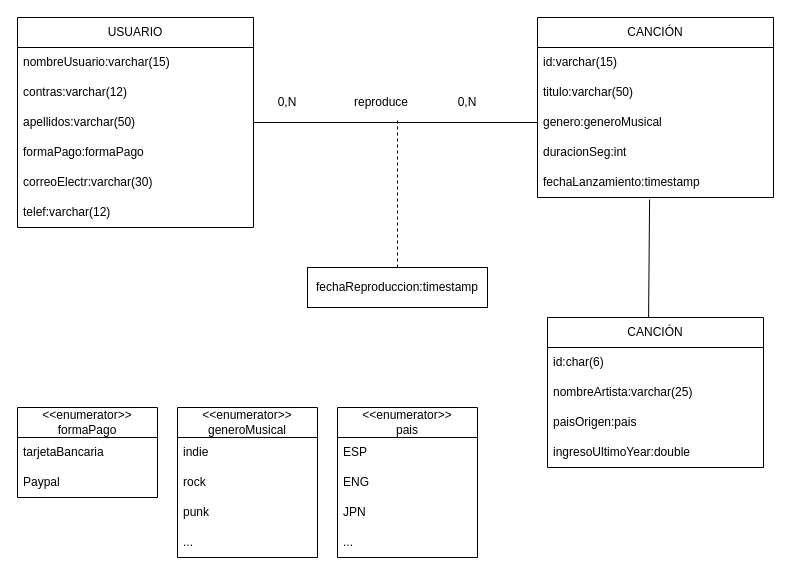
Before: test.drawio in NyanCat6886/BasesDeDatosETSITGC, a draw.io diagram. Source tidied: cells renumbered, new cells numbered last; positions are measured from the earlier drawing's top-left corner, leaving out a move shared by most shapes. Both pictures are drawn from the tidied source at 100%, with x=0, y=0 at pixel (17, 17).
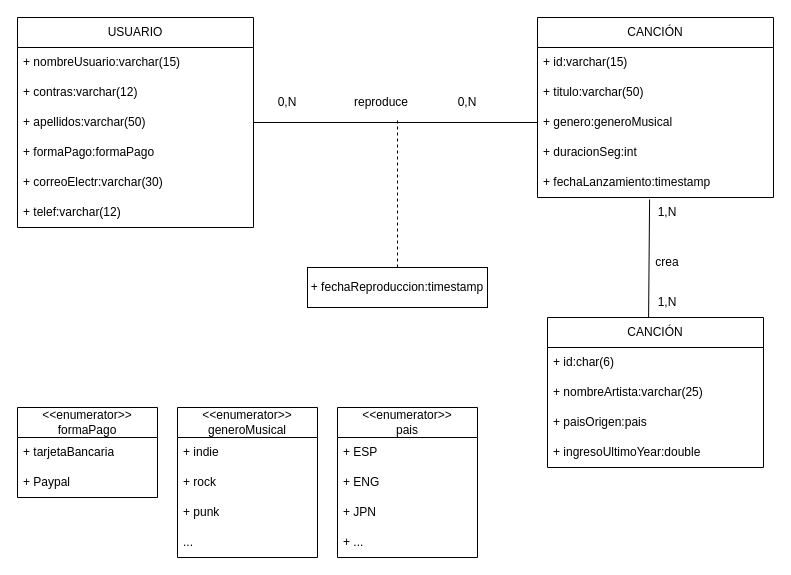
After the change.

The change refers to these unchanged cells:
```xml
<mxCell id="2" value="USUARIO" style="swimlane;fontStyle=0;horizontal=1;startSize=30;whiteSpace=wrap;html=1;" parent="1" vertex="1">
  <mxGeometry width="236" height="210" as="geometry" />
</mxCell>
<mxCell id="9" value="&lt;div&gt;&amp;lt;&amp;lt;enumerator&amp;gt;&amp;gt;&lt;/div&gt;&lt;div&gt;formaPago&lt;br&gt;&lt;/div&gt;" style="swimlane;fontStyle=0;horizontal=1;startSize=30;whiteSpace=wrap;html=1;" parent="1" vertex="1">
  <mxGeometry y="390" width="140" height="90" as="geometry" />
</mxCell>
<mxCell id="16" value="CANCIÓN" style="swimlane;fontStyle=0;horizontal=1;startSize=30;whiteSpace=wrap;html=1;" parent="1" vertex="1">
  <mxGeometry x="520" width="236" height="180" as="geometry" />
</mxCell>
<mxCell id="22" value="&lt;div&gt;&amp;lt;&amp;lt;enumerator&amp;gt;&amp;gt;&lt;/div&gt;&lt;div&gt;generoMusical&lt;br&gt;&lt;/div&gt;" style="swimlane;fontStyle=0;horizontal=1;startSize=30;whiteSpace=wrap;html=1;" parent="1" vertex="1">
  <mxGeometry x="160" y="390" width="140" height="150" as="geometry" />
</mxCell>
<mxCell id="27" value="&lt;div&gt;&amp;lt;&amp;lt;enumerator&amp;gt;&amp;gt;&lt;/div&gt;&lt;div&gt;pais&lt;br&gt;&lt;/div&gt;" style="swimlane;fontStyle=0;horizontal=1;startSize=30;whiteSpace=wrap;html=1;" parent="1" vertex="1">
  <mxGeometry x="320" y="390" width="140" height="150" as="geometry" />
</mxCell>
<mxCell id="32" value="CANCIÓN" style="swimlane;fontStyle=0;horizontal=1;startSize=30;whiteSpace=wrap;html=1;" parent="1" vertex="1">
  <mxGeometry x="530" y="300" width="216" height="150" as="geometry" />
</mxCell>
```

What changed in the source:
```diff
@@
-    <mxCell id="3" value="nombreUsuario:varchar(15)" style="text;strokeColor=none;fillColor=none;align=left;verticalAlign=middle;spacingLeft=4;spacingRight=4;overflow=hidden;whiteSpace=wrap;html=1;" parent="2" vertex="1">
+    <mxCell id="3" value="+ nombreUsuario:varchar(15)" style="text;strokeColor=none;fillColor=none;align=left;verticalAlign=middle;spacingLeft=4;spacingRight=4;overflow=hidden;whiteSpace=wrap;html=1;" parent="2" vertex="1">
       <mxGeometry y="30" width="236" height="30" as="geometry" />
     </mxCell>
-    <mxCell id="4" value="contras:varchar(12)" style="text;strokeColor=none;fillColor=none;align=left;verticalAlign=middle;spacingLeft=4;spacingRight=4;overflow=hidden;whiteSpace=wrap;html=1;" parent="2" vertex="1">
+    <mxCell id="4" value="+ contras:varchar(12)" style="text;strokeColor=none;fillColor=none;align=left;verticalAlign=middle;spacingLeft=4;spacingRight=4;overflow=hidden;whiteSpace=wrap;html=1;" parent="2" vertex="1">
       <mxGeometry y="60" width="236" height="30" as="geometry" />
     </mxCell>
-    <mxCell id="5" value="apellidos:varchar(50)" style="text;strokeColor=none;fillColor=none;align=left;verticalAlign=middle;spacingLeft=4;spacingRight=4;overflow=hidden;whiteSpace=wrap;html=1;" parent="2" vertex="1">
+    <mxCell id="5" value="+ apellidos:varchar(50)" style="text;strokeColor=none;fillColor=none;align=left;verticalAlign=middle;spacingLeft=4;spacingRight=4;overflow=hidden;whiteSpace=wrap;html=1;" parent="2" vertex="1">
       <mxGeometry y="90" width="236" height="30" as="geometry" />
     </mxCell>
-    <mxCell id="6" value="formaPago:formaPago" style="text;strokeColor=none;fillColor=none;align=left;verticalAlign=middle;spacingLeft=4;spacingRight=4;overflow=hidden;whiteSpace=wrap;html=1;" parent="2" vertex="1">
+    <mxCell id="6" value="+ formaPago:formaPago" style="text;strokeColor=none;fillColor=none;align=left;verticalAlign=middle;spacingLeft=4;spacingRight=4;overflow=hidden;whiteSpace=wrap;html=1;" parent="2" vertex="1">
       <mxGeometry y="120" width="236" height="30" as="geometry" />
     </mxCell>
-    <mxCell id="7" value="correoElectr:varchar(30)" style="text;strokeColor=none;fillColor=none;align=left;verticalAlign=middle;spacingLeft=4;spacingRight=4;overflow=hidden;whiteSpace=wrap;html=1;" parent="2" vertex="1">
+    <mxCell id="7" value="+ correoElectr:varchar(30)" style="text;strokeColor=none;fillColor=none;align=left;verticalAlign=middle;spacingLeft=4;spacingRight=4;overflow=hidden;whiteSpace=wrap;html=1;" parent="2" vertex="1">
       <mxGeometry y="150" width="236" height="30" as="geometry" />
     </mxCell>
-    <mxCell id="8" value="telef:varchar(12)" style="text;strokeColor=none;fillColor=none;align=left;verticalAlign=middle;spacingLeft=4;spacingRight=4;overflow=hidden;whiteSpace=wrap;html=1;" parent="2" vertex="1">
+    <mxCell id="8" value="+ telef:varchar(12)" style="text;strokeColor=none;fillColor=none;align=left;verticalAlign=middle;spacingLeft=4;spacingRight=4;overflow=hidden;whiteSpace=wrap;html=1;" parent="2" vertex="1">
       <mxGeometry y="180" width="236" height="30" as="geometry" />
     </mxCell>
@@
-    <mxCell id="10" value="tarjetaBancaria" style="text;strokeColor=none;fillColor=none;align=left;verticalAlign=middle;spacingLeft=4;spacingRight=4;overflow=hidden;whiteSpace=wrap;html=1;" parent="9" vertex="1">
+    <mxCell id="10" value="+ tarjetaBancaria" style="text;strokeColor=none;fillColor=none;align=left;verticalAlign=middle;spacingLeft=4;spacingRight=4;overflow=hidden;whiteSpace=wrap;html=1;" parent="9" vertex="1">
       <mxGeometry y="30" width="140" height="30" as="geometry" />
     </mxCell>
-    <mxCell id="11" value="Paypal" style="text;strokeColor=none;fillColor=none;align=left;verticalAlign=middle;spacingLeft=4;spacingRight=4;overflow=hidden;whiteSpace=wrap;html=1;" parent="9" vertex="1">
+    <mxCell id="11" value="+ Paypal" style="text;strokeColor=none;fillColor=none;align=left;verticalAlign=middle;spacingLeft=4;spacingRight=4;overflow=hidden;whiteSpace=wrap;html=1;" parent="9" vertex="1">
       <mxGeometry y="60" width="140" height="30" as="geometry" />
     </mxCell>
@@
-    <mxCell id="17" value="id:varchar(15)" style="text;strokeColor=none;fillColor=none;align=left;verticalAlign=middle;spacingLeft=4;spacingRight=4;overflow=hidden;whiteSpace=wrap;html=1;" parent="16" vertex="1">
+    <mxCell id="17" value="+ id:varchar(15)" style="text;strokeColor=none;fillColor=none;align=left;verticalAlign=middle;spacingLeft=4;spacingRight=4;overflow=hidden;whiteSpace=wrap;html=1;" parent="16" vertex="1">
       <mxGeometry y="30" width="236" height="30" as="geometry" />
     </mxCell>
-    <mxCell id="18" value="titulo:varchar(50)" style="text;strokeColor=none;fillColor=none;align=left;verticalAlign=middle;spacingLeft=4;spacingRight=4;overflow=hidden;whiteSpace=wrap;html=1;" parent="16" vertex="1">
+    <mxCell id="18" value="+ titulo:varchar(50)" style="text;strokeColor=none;fillColor=none;align=left;verticalAlign=middle;spacingLeft=4;spacingRight=4;overflow=hidden;whiteSpace=wrap;html=1;" parent="16" vertex="1">
       <mxGeometry y="60" width="236" height="30" as="geometry" />
     </mxCell>
-    <mxCell id="19" value="genero:generoMusical" style="text;strokeColor=none;fillColor=none;align=left;verticalAlign=middle;spacingLeft=4;spacingRight=4;overflow=hidden;points=[[0,0.5],[1,0.5]];portConstraint=eastwest;whiteSpace=wrap;html=1;" parent="16" vertex="1">
+    <mxCell id="19" value="+ genero:generoMusical" style="text;strokeColor=none;fillColor=none;align=left;verticalAlign=middle;spacingLeft=4;spacingRight=4;overflow=hidden;points=[[0,0.5],[1,0.5]];portConstraint=eastwest;whiteSpace=wrap;html=1;" parent="16" vertex="1">
       <mxGeometry y="90" width="236" height="30" as="geometry" />
     </mxCell>
-    <mxCell id="20" value="duracionSeg:int" style="text;strokeColor=none;fillColor=none;align=left;verticalAlign=middle;spacingLeft=4;spacingRight=4;overflow=hidden;whiteSpace=wrap;html=1;" parent="16" vertex="1">
+    <mxCell id="20" value="+ duracionSeg:int" style="text;strokeColor=none;fillColor=none;align=left;verticalAlign=middle;spacingLeft=4;spacingRight=4;overflow=hidden;whiteSpace=wrap;html=1;" parent="16" vertex="1">
       <mxGeometry y="120" width="236" height="30" as="geometry" />
     </mxCell>
-    <mxCell id="21" value="fechaLanzamiento:timestamp" style="text;strokeColor=none;fillColor=none;align=left;verticalAlign=middle;spacingLeft=4;spacingRight=4;overflow=hidden;points=[[0,0.5],[1,0.5]];portConstraint=eastwest;whiteSpace=wrap;html=1;" parent="16" vertex="1">
+    <mxCell id="21" value="+ fechaLanzamiento:timestamp" style="text;strokeColor=none;fillColor=none;align=left;verticalAlign=middle;spacingLeft=4;spacingRight=4;overflow=hidden;points=[[0,0.5],[1,0.5]];portConstraint=eastwest;whiteSpace=wrap;html=1;" parent="16" vertex="1">
       <mxGeometry y="150" width="236" height="30" as="geometry" />
     </mxCell>
@@
-    <mxCell id="23" value="indie" style="text;strokeColor=none;fillColor=none;align=left;verticalAlign=middle;spacingLeft=4;spacingRight=4;overflow=hidden;whiteSpace=wrap;html=1;" parent="22" vertex="1">
+    <mxCell id="23" value="+ indie" style="text;strokeColor=none;fillColor=none;align=left;verticalAlign=middle;spacingLeft=4;spacingRight=4;overflow=hidden;whiteSpace=wrap;html=1;" parent="22" vertex="1">
       <mxGeometry y="30" width="140" height="30" as="geometry" />
     </mxCell>
-    <mxCell id="24" value="rock" style="text;strokeColor=none;fillColor=none;align=left;verticalAlign=middle;spacingLeft=4;spacingRight=4;overflow=hidden;whiteSpace=wrap;html=1;" parent="22" vertex="1">
+    <mxCell id="24" value="+ rock" style="text;strokeColor=none;fillColor=none;align=left;verticalAlign=middle;spacingLeft=4;spacingRight=4;overflow=hidden;whiteSpace=wrap;html=1;" parent="22" vertex="1">
       <mxGeometry y="60" width="140" height="30" as="geometry" />
     </mxCell>
-    <mxCell id="25" value="punk" style="text;strokeColor=none;fillColor=none;align=left;verticalAlign=middle;spacingLeft=4;spacingRight=4;overflow=hidden;whiteSpace=wrap;html=1;" parent="22" vertex="1">
+    <mxCell id="25" value="+ punk" style="text;strokeColor=none;fillColor=none;align=left;verticalAlign=middle;spacingLeft=4;spacingRight=4;overflow=hidden;whiteSpace=wrap;html=1;" parent="22" vertex="1">
       <mxGeometry y="90" width="140" height="30" as="geometry" />
     </mxCell>
@@
-    <mxCell id="28" value="ESP" style="text;strokeColor=none;fillColor=none;align=left;verticalAlign=middle;spacingLeft=4;spacingRight=4;overflow=hidden;whiteSpace=wrap;html=1;" parent="27" vertex="1">
+    <mxCell id="28" value="+ ESP" style="text;strokeColor=none;fillColor=none;align=left;verticalAlign=middle;spacingLeft=4;spacingRight=4;overflow=hidden;whiteSpace=wrap;html=1;" parent="27" vertex="1">
       <mxGeometry y="30" width="140" height="30" as="geometry" />
     </mxCell>
-    <mxCell id="29" value="ENG" style="text;strokeColor=none;fillColor=none;align=left;verticalAlign=middle;spacingLeft=4;spacingRight=4;overflow=hidden;whiteSpace=wrap;html=1;" parent="27" vertex="1">
+    <mxCell id="29" value="+ ENG" style="text;strokeColor=none;fillColor=none;align=left;verticalAlign=middle;spacingLeft=4;spacingRight=4;overflow=hidden;whiteSpace=wrap;html=1;" parent="27" vertex="1">
       <mxGeometry y="60" width="140" height="30" as="geometry" />
     </mxCell>
-    <mxCell id="30" value="JPN" style="text;strokeColor=none;fillColor=none;align=left;verticalAlign=middle;spacingLeft=4;spacingRight=4;overflow=hidden;whiteSpace=wrap;html=1;" parent="27" vertex="1">
+    <mxCell id="30" value="+ JPN" style="text;strokeColor=none;fillColor=none;align=left;verticalAlign=middle;spacingLeft=4;spacingRight=4;overflow=hidden;whiteSpace=wrap;html=1;" parent="27" vertex="1">
       <mxGeometry y="90" width="140" height="30" as="geometry" />
     </mxCell>
-    <mxCell id="31" value="..." style="text;strokeColor=none;fillColor=none;align=left;verticalAlign=middle;spacingLeft=4;spacingRight=4;overflow=hidden;whiteSpace=wrap;html=1;" parent="27" vertex="1">
+    <mxCell id="31" value="+ ..." style="text;strokeColor=none;fillColor=none;align=left;verticalAlign=middle;spacingLeft=4;spacingRight=4;overflow=hidden;whiteSpace=wrap;html=1;" parent="27" vertex="1">
       <mxGeometry y="120" width="140" height="30" as="geometry" />
     </mxCell>
@@
-    <mxCell id="33" value="id:char(6)" style="text;strokeColor=none;fillColor=none;align=left;verticalAlign=middle;spacingLeft=4;spacingRight=4;overflow=hidden;whiteSpace=wrap;html=1;" parent="32" vertex="1">
+    <mxCell id="33" value="+ id:char(6)" style="text;strokeColor=none;fillColor=none;align=left;verticalAlign=middle;spacingLeft=4;spacingRight=4;overflow=hidden;whiteSpace=wrap;html=1;" parent="32" vertex="1">
       <mxGeometry y="30" width="216" height="30" as="geometry" />
     </mxCell>
-    <mxCell id="34" value="nombreArtista:varchar(25)" style="text;strokeColor=none;fillColor=none;align=left;verticalAlign=middle;spacingLeft=4;spacingRight=4;overflow=hidden;whiteSpace=wrap;html=1;" parent="32" vertex="1">
+    <mxCell id="34" value="+ nombreArtista:varchar(25)" style="text;strokeColor=none;fillColor=none;align=left;verticalAlign=middle;spacingLeft=4;spacingRight=4;overflow=hidden;whiteSpace=wrap;html=1;" parent="32" vertex="1">
       <mxGeometry y="60" width="216" height="30" as="geometry" />
     </mxCell>
-    <mxCell id="35" value="paisOrigen:pais" style="text;strokeColor=none;fillColor=none;align=left;verticalAlign=middle;spacingLeft=4;spacingRight=4;overflow=hidden;whiteSpace=wrap;html=1;" parent="32" vertex="1">
+    <mxCell id="35" value="+ paisOrigen:pais" style="text;strokeColor=none;fillColor=none;align=left;verticalAlign=middle;spacingLeft=4;spacingRight=4;overflow=hidden;whiteSpace=wrap;html=1;" parent="32" vertex="1">
       <mxGeometry y="90" width="216" height="30" as="geometry" />
     </mxCell>
-    <mxCell id="36" value="ingresoUltimoYear:double" style="text;strokeColor=none;fillColor=none;align=left;verticalAlign=middle;spacingLeft=4;spacingRight=4;overflow=hidden;whiteSpace=wrap;html=1;" parent="32" vertex="1">
+    <mxCell id="36" value="+ ingresoUltimoYear:double" style="text;strokeColor=none;fillColor=none;align=left;verticalAlign=middle;spacingLeft=4;spacingRight=4;overflow=hidden;whiteSpace=wrap;html=1;" parent="32" vertex="1">
       <mxGeometry y="120" width="216" height="30" as="geometry" />
     </mxCell>
@@
-    <mxCell id="39" value="fechaReproduccion:timestamp" style="rounded=0;whiteSpace=wrap;html=1;fillColor=none;" parent="1" vertex="1">
+    <mxCell id="39" value="+ fechaReproduccion:timestamp" style="rounded=0;whiteSpace=wrap;html=1;fillColor=none;" parent="1" vertex="1">
       <mxGeometry x="290" y="250" width="180" height="40" as="geometry" />
     </mxCell>
+    <mxCell id="40" value="1,N" style="text;html=1;strokeColor=none;fillColor=none;align=center;verticalAlign=middle;whiteSpace=wrap;rounded=0;" parent="1" vertex="1">
+      <mxGeometry x="620" y="270" width="60" height="30" as="geometry" />
+    </mxCell>
+    <mxCell id="41" value="crea" style="text;html=1;strokeColor=none;fillColor=none;align=center;verticalAlign=middle;whiteSpace=wrap;rounded=0;" parent="1" vertex="1">
+      <mxGeometry x="620" y="230" width="60" height="30" as="geometry" />
+    </mxCell>
+    <mxCell id="42" value="1,N" style="text;html=1;strokeColor=none;fillColor=none;align=center;verticalAlign=middle;whiteSpace=wrap;rounded=0;" parent="1" vertex="1">
+      <mxGeometry x="620" y="180" width="60" height="30" as="geometry" />
+    </mxCell>
```
